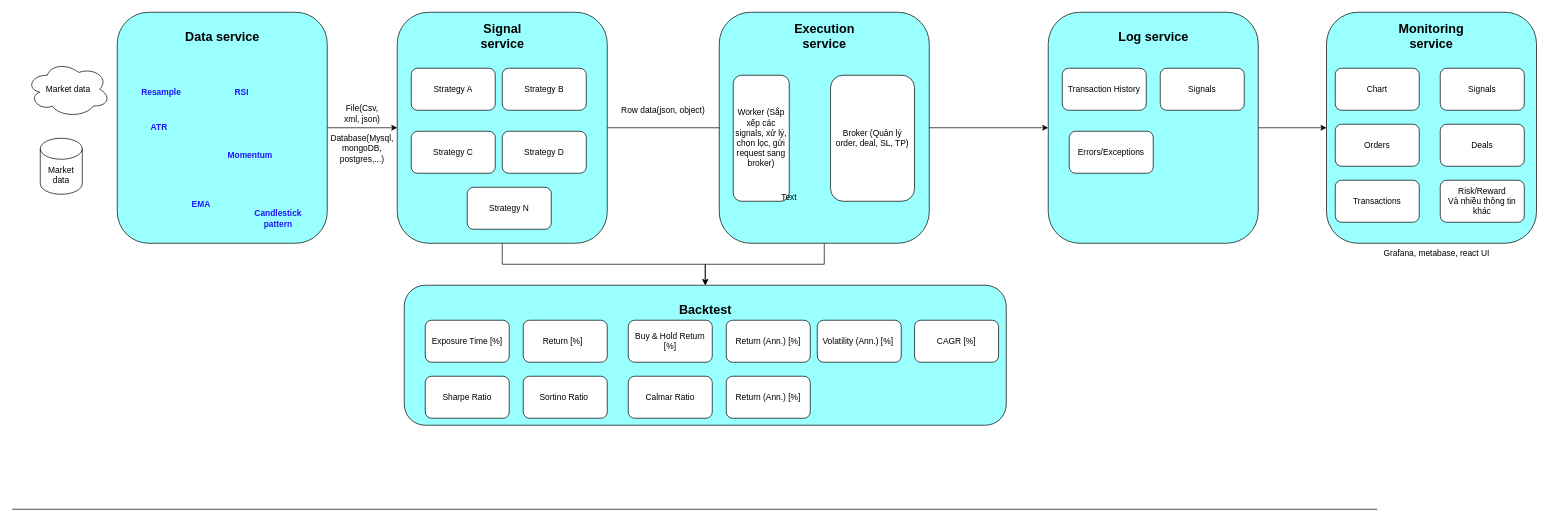
Above: TempusOnePs.drawio in zuongthaotn/TempusOnePs (draw.io), before the change. Source tidied: cells renumbered, new cells numbered last; positions are measured from the earlier drawing's top-left corner, leaving out a move shared by most shapes. Both pictures are drawn from the tidied source at 70%, with x=0, y=0 at pixel (12, 12).
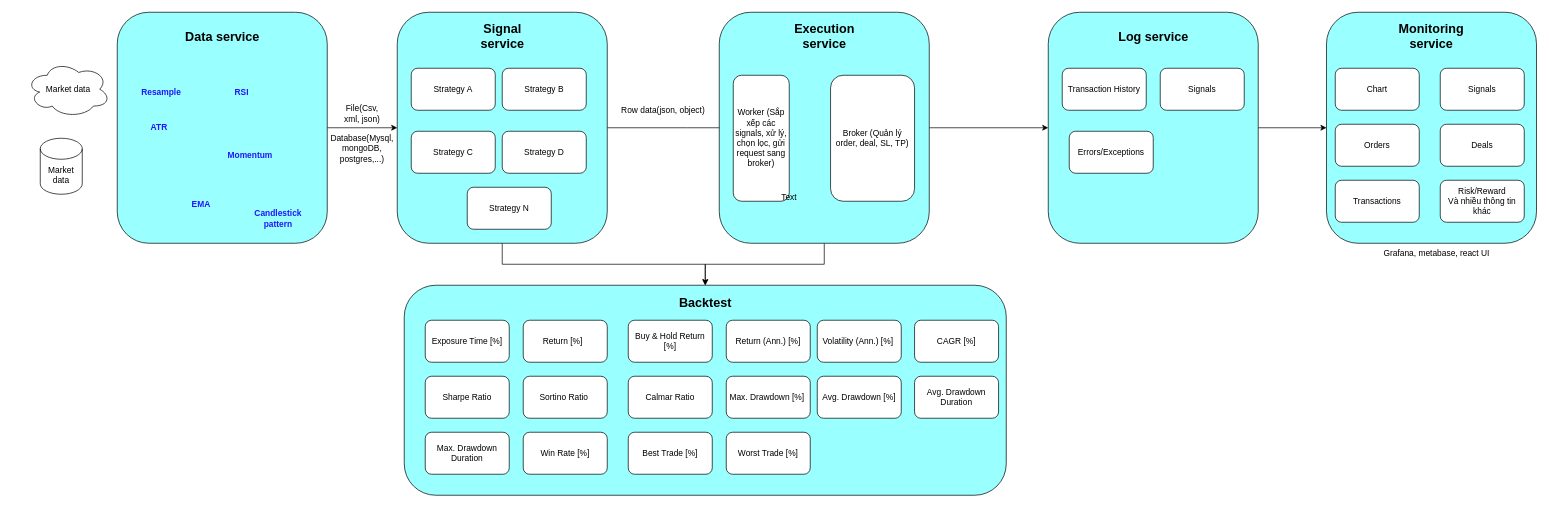
Above is the later version.

What changed in the source:
```diff
@@
-    <mxCell id="27" style="endArrow=none;html=1;rounded=0;" parent="1" edge="1">
-      <mxGeometry relative="1" as="geometry">
-        <mxPoint y="710" as="sourcePoint" />
-        <mxPoint x="1950" y="710" as="targetPoint" />
-      </mxGeometry>
-    </mxCell>
     <mxCell id="28" style="rounded=1;whiteSpace=wrap;html=1;fillColor=#99FFFF;" parent="1" vertex="1">
-      <mxGeometry x="560" y="390" width="860" height="200" as="geometry" />
+      <mxGeometry x="560" y="390" width="860" height="300" as="geometry" />
     </mxCell>
     <mxCell id="29" value="&lt;font style=&quot;font-size: 18px;&quot;&gt;&lt;b&gt;Backtest&lt;/b&gt;&lt;/font&gt;" style="text;html=1;whiteSpace=wrap;strokeColor=none;fillColor=none;align=center;verticalAlign=middle;rounded=0;" parent="1" vertex="1">
-      <mxGeometry x="932.5" y="410" width="115" height="30" as="geometry" />
+      <mxGeometry x="932.5" y="400" width="115" height="30" as="geometry" />
     </mxCell>
@@
-    <mxCell id="59" value="Return (Ann.) [%]" style="rounded=1;whiteSpace=wrap;html=1;" parent="1" vertex="1">
+    <mxCell id="59" value="Max. Drawdown [%]&amp;nbsp;" style="rounded=1;whiteSpace=wrap;html=1;" parent="1" vertex="1">
       <mxGeometry x="1020" y="520" width="120" height="60" as="geometry" />
     </mxCell>
+    <mxCell id="60" value="Avg. Drawdown [%]" style="rounded=1;whiteSpace=wrap;html=1;" parent="1" vertex="1">
+      <mxGeometry x="1150" y="520" width="120" height="60" as="geometry" />
+    </mxCell>
+    <mxCell id="61" value="Avg. Drawdown Duration" style="rounded=1;whiteSpace=wrap;html=1;" parent="1" vertex="1">
+      <mxGeometry x="1289" y="520" width="120" height="60" as="geometry" />
+    </mxCell>
+    <mxCell id="62" value="Max. Drawdown Duration" style="rounded=1;whiteSpace=wrap;html=1;" parent="1" vertex="1">
+      <mxGeometry x="590" y="600" width="120" height="60" as="geometry" />
+    </mxCell>
+    <mxCell id="63" value="Win Rate [%]" style="rounded=1;whiteSpace=wrap;html=1;" parent="1" vertex="1">
+      <mxGeometry x="730" y="600" width="120" height="60" as="geometry" />
+    </mxCell>
+    <mxCell id="64" value="Best Trade [%]" style="rounded=1;whiteSpace=wrap;html=1;" parent="1" vertex="1">
+      <mxGeometry x="880" y="600" width="120" height="60" as="geometry" />
+    </mxCell>
+    <mxCell id="65" value="Worst Trade [%]" style="rounded=1;whiteSpace=wrap;html=1;" parent="1" vertex="1">
+      <mxGeometry x="1020" y="600" width="120" height="60" as="geometry" />
+    </mxCell>
```
